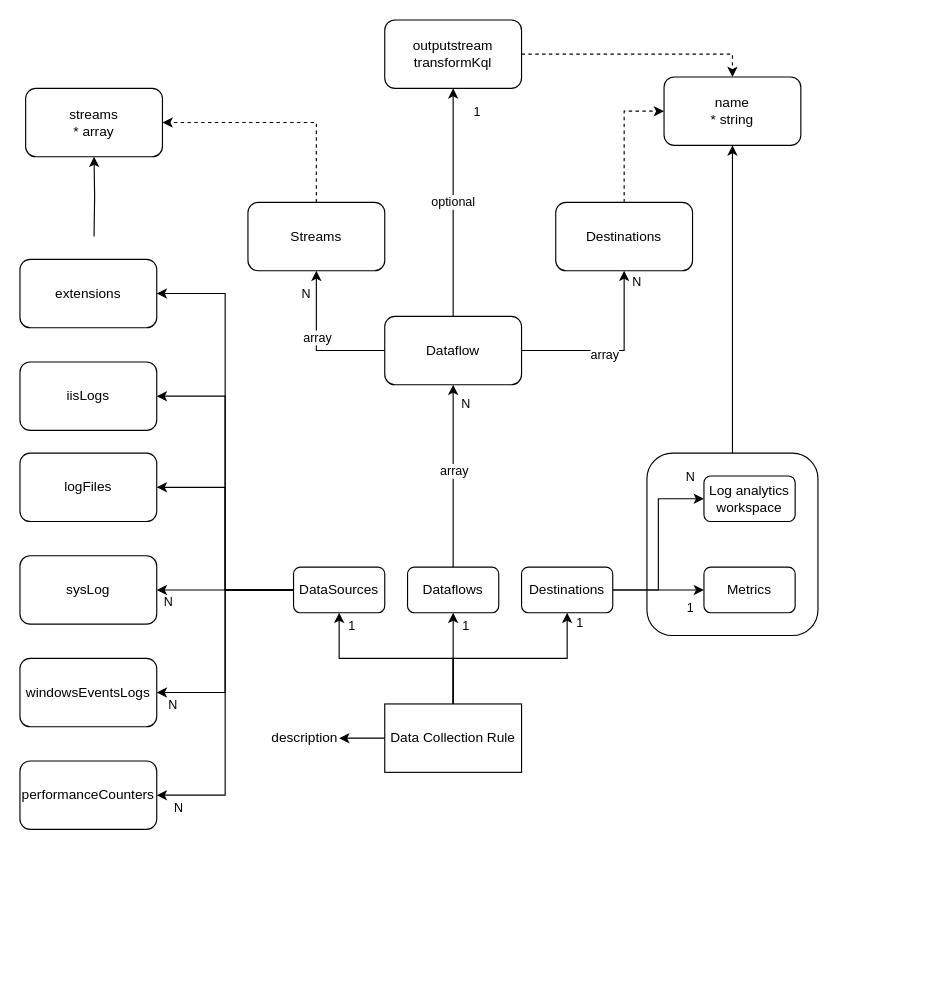
Earlier version of the draw.io diagram page "DCR" (2 of 3) of Azure/Azure-Monitor-Agent.drawio (jikuja/diagrams.net). Source tidied: cells renumbered, new cells numbered last; positions are measured from the earlier drawing's top-left corner, leaving out a move shared by most shapes. Both pictures are drawn from the tidied source at 114%, with x=0, y=0 at pixel (19, 19).
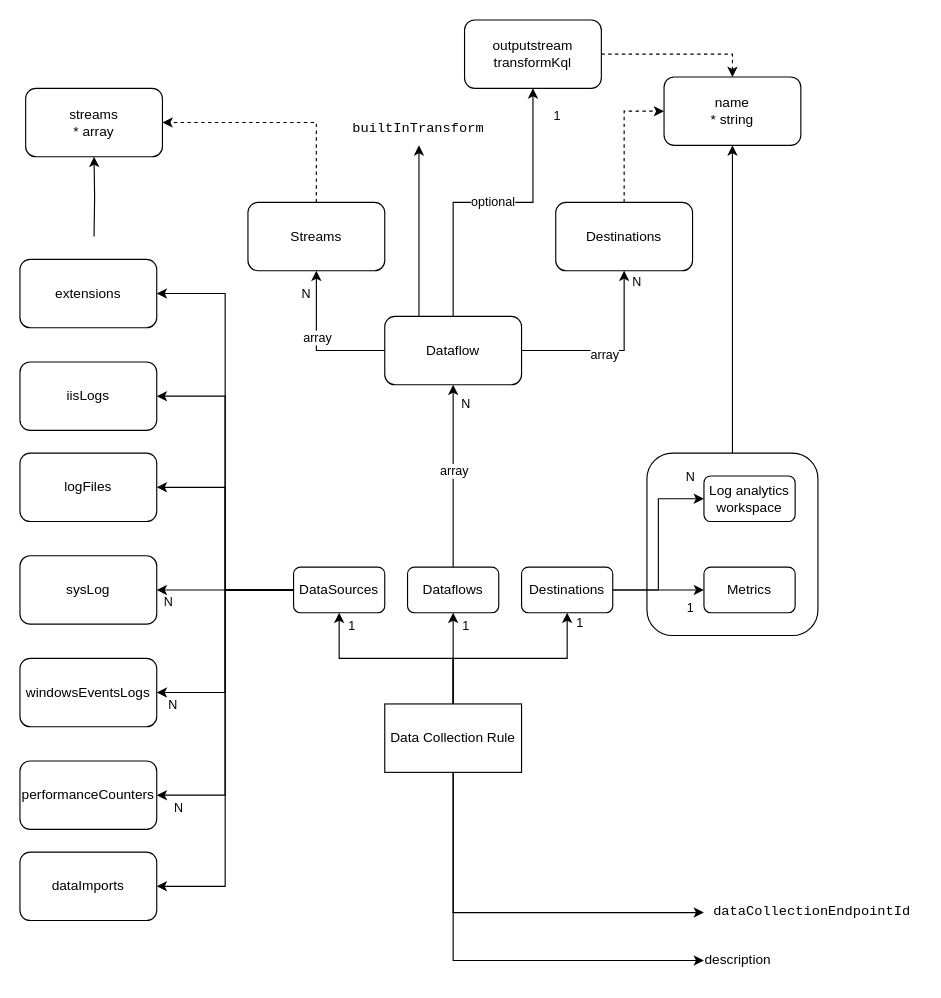
The same page after the edit.

Unchanged cells that the change refers to:
```xml
<mxCell id="11" value="Data Collection Rule" style="rounded=0;whiteSpace=wrap;html=1;" parent="1" vertex="1">
  <mxGeometry x="320" y="600" width="120" height="60" as="geometry" />
</mxCell>
<mxCell id="16" value="DataSources" style="text;html=1;strokeColor=default;fillColor=none;align=center;verticalAlign=middle;whiteSpace=wrap;rounded=1;" parent="1" vertex="1">
  <mxGeometry x="240" y="480" width="80" height="40" as="geometry" />
</mxCell>
<mxCell id="52" value="Dataflow" style="rounded=1;whiteSpace=wrap;html=1;" parent="1" vertex="1">
  <mxGeometry x="320" y="260" width="120" height="60" as="geometry" />
</mxCell>
```

Change to the diagram source:
```diff
@@
     <mxCell id="8" style="edgeStyle=orthogonalEdgeStyle;rounded=0;jettySize=auto;html=1;" parent="1" edge="1" source="11" target="22">
-      <mxGeometry relative="1" as="geometry" />
+      <mxGeometry relative="1" as="geometry">
+        <Array as="points">
+          <mxPoint x="380" y="825" />
+        </Array>
+      </mxGeometry>
     </mxCell>
@@
+    <mxCell id="59" style="edgeStyle=orthogonalEdgeStyle;rounded=0;jettySize=auto;html=1;" parent="1" edge="1" source="11" target="63">
+      <mxGeometry relative="1" as="geometry">
+        <Array as="points">
+          <mxPoint x="380" y="783" />
+        </Array>
+      </mxGeometry>
+    </mxCell>
@@
+    <mxCell id="60" style="edgeStyle=orthogonalEdgeStyle;rounded=0;jettySize=auto;html=1;entryX=1;entryY=0.5;entryDx=0;entryDy=0;" parent="1" edge="1" source="16" target="65">
+      <mxGeometry relative="1" as="geometry" />
+    </mxCell>
@@
     <mxCell id="22" value="description" style="text;html=1;strokeColor=none;fillColor=none;align=center;verticalAlign=middle;whiteSpace=wrap;rounded=0;" parent="1" vertex="1">
-      <mxGeometry x="220" y="615" width="60" height="30" as="geometry" />
+      <mxGeometry x="600" y="810" width="60" height="30" as="geometry" />
     </mxCell>
@@
+    <mxCell id="61" style="edgeStyle=orthogonalEdgeStyle;rounded=0;jettySize=auto;html=1;" parent="1" edge="1" source="52" target="64">
+      <mxGeometry relative="1" as="geometry">
+        <Array as="points">
+          <mxPoint x="350" y="230" />
+          <mxPoint x="350" y="230" />
+        </Array>
+      </mxGeometry>
+    </mxCell>
@@
     <mxCell id="58" value="outputstream&lt;br&gt;transformKql" style="rounded=1;whiteSpace=wrap;html=1;" parent="1" vertex="1">
-      <mxGeometry x="320" width="120" height="60" as="geometry" />
+      <mxGeometry x="390" width="120" height="60" as="geometry" />
     </mxCell>
+    <mxCell id="62" style="text;html=1;strokeColor=none;fillColor=none;align=center;verticalAlign=middle;whiteSpace=wrap;rounded=0;" parent="1" vertex="1">
+      <mxGeometry x="520" y="615" width="60" height="30" as="geometry" />
+    </mxCell>
+    <mxCell id="63" value="&lt;pre class=&quot;has-inner-focus&quot;&gt;&lt;code class=&quot;lang-bicep&quot;&gt;dataCollectionEndpointId&lt;/code&gt;&lt;/pre&gt;" style="text;html=1;strokeColor=none;fillColor=none;align=center;verticalAlign=middle;whiteSpace=wrap;rounded=0;" parent="1" vertex="1">
+      <mxGeometry x="600" y="770" width="190" height="25" as="geometry" />
+    </mxCell>
+    <mxCell id="64" value="&lt;pre class=&quot;has-inner-focus&quot;&gt;&lt;code class=&quot;lang-bicep&quot;&gt;&lt;span&gt;&lt;span class=&quot;hljs-property&quot;&gt;builtInTransform&lt;/span&gt;&lt;/span&gt;&lt;/code&gt;&lt;/pre&gt;" style="text;whiteSpace=wrap;html=1;" parent="1" vertex="1">
+      <mxGeometry x="290" y="70" width="120" height="40" as="geometry" />
+    </mxCell>
+    <mxCell id="65" value="dataImports" style="rounded=1;whiteSpace=wrap;html=1;strokeColor=default;glass=0;" parent="1" vertex="1">
+      <mxGeometry y="730" width="120" height="60" as="geometry" />
+    </mxCell>
```
